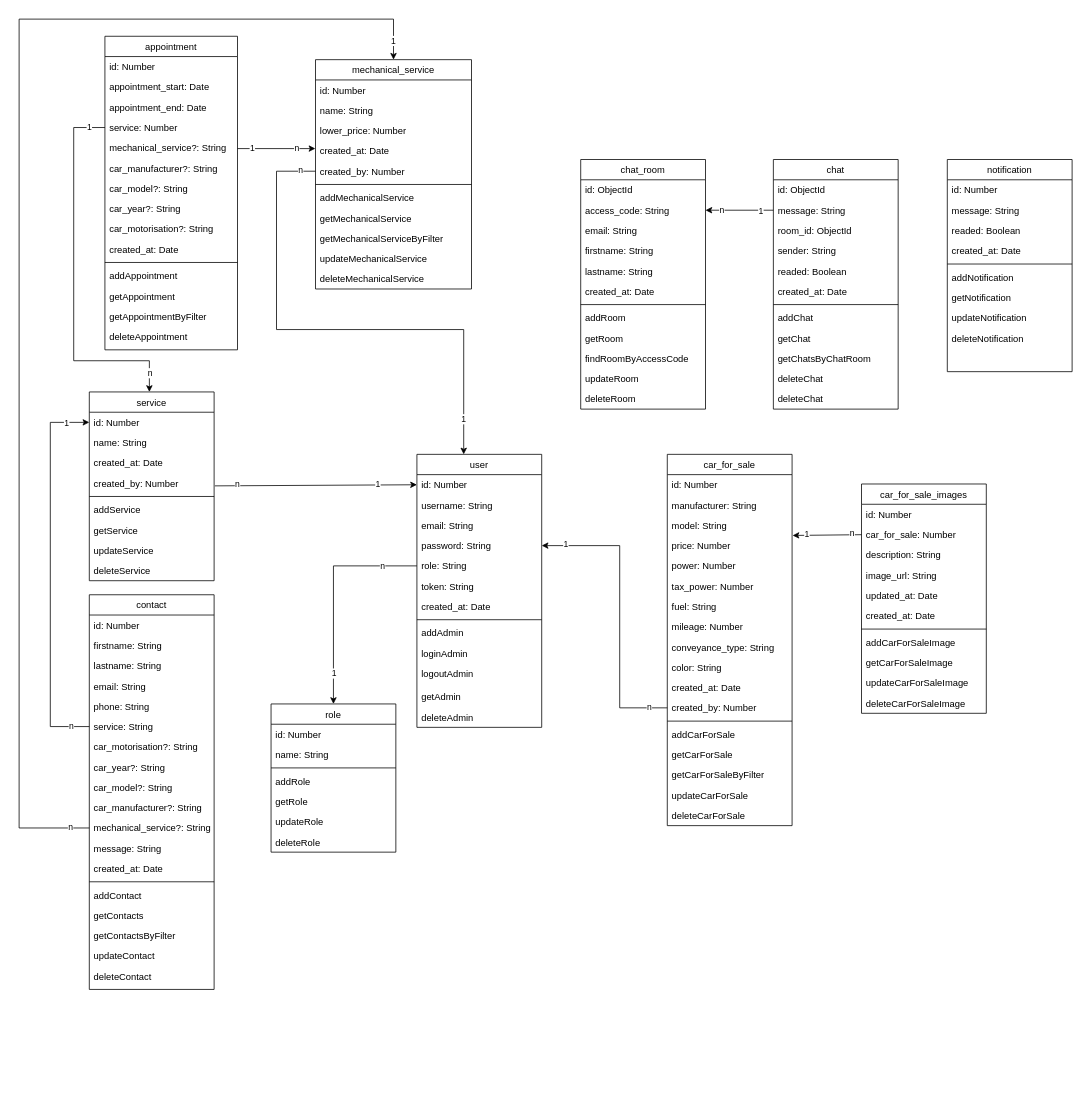
This is documentation/hephaistos-MCD.drawio from nsevendev/hephaistos, a draw.io file, before an edit. Source tidied: cells renumbered, new cells numbered last; positions are measured from the earlier drawing's top-left corner, leaving out a move shared by most shapes. Both pictures are drawn from the tidied source at 78%, with x=0, y=0 at pixel (19, 19).
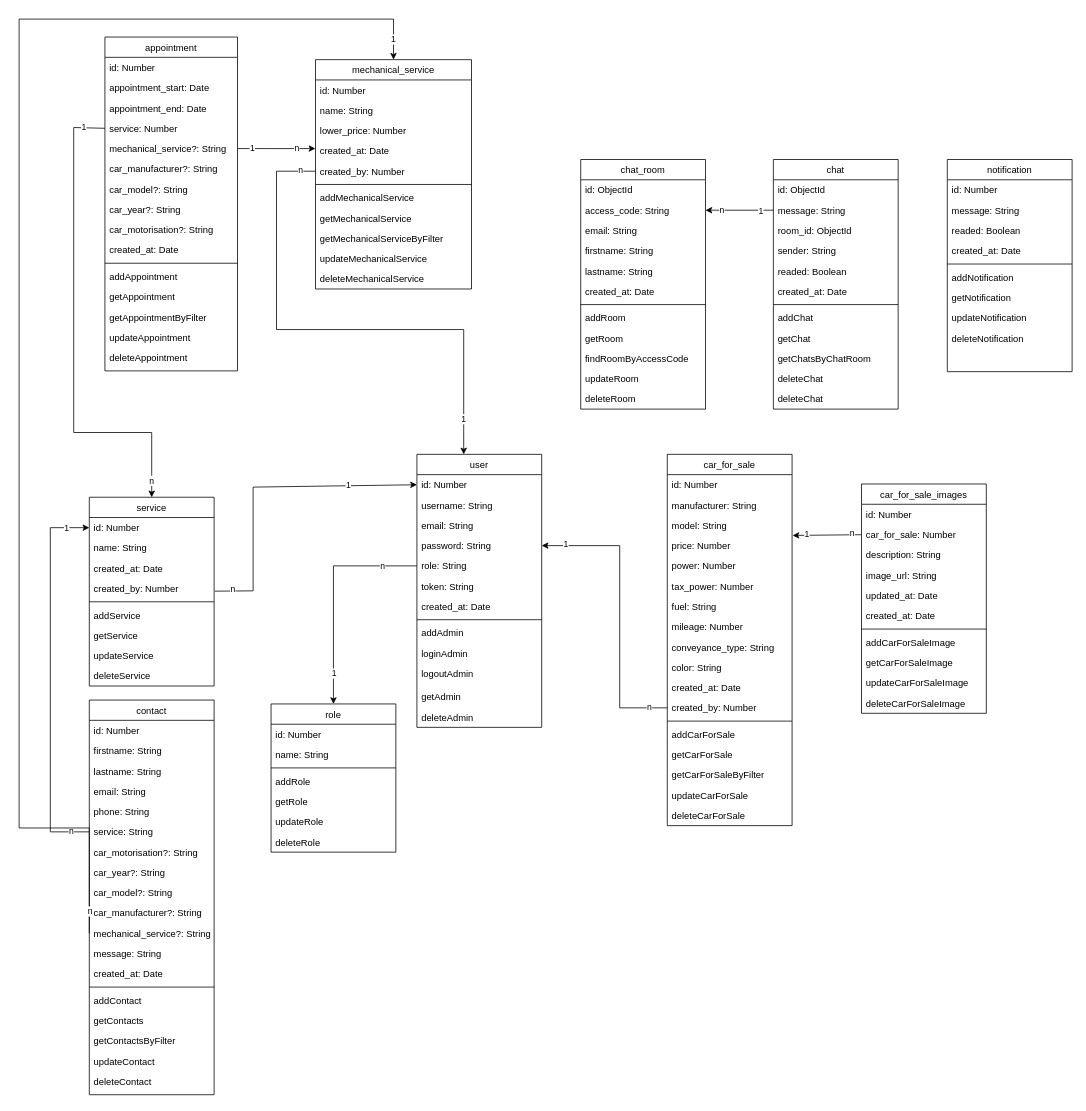
After the change.

Commit message:
mise a jour appointment

The change refers to these unchanged cells:
```xml
<mxCell id="63" value="id: Number" style="text;align=left;verticalAlign=top;spacingLeft=4;spacingRight=4;overflow=hidden;points=[[0,0.5],[1,0.5]];portConstraint=eastwest;rounded=0;shadow=0;html=0;" parent="62" vertex="1">
  <mxGeometry y="26" width="160" height="26" as="geometry" />
</mxCell>
<mxCell id="82" value="service: String" style="text;align=left;verticalAlign=top;spacingLeft=4;spacingRight=4;overflow=hidden;points=[[0,0.5],[1,0.5]];portConstraint=eastwest;" parent="76" vertex="1">
  <mxGeometry y="156" width="160" height="26" as="geometry" />
</mxCell>
<mxCell id="124" value="service: Number" style="text;align=left;verticalAlign=top;spacingLeft=4;spacingRight=4;overflow=hidden;points=[[0,0.5],[1,0.5]];portConstraint=eastwest;" parent="120" vertex="1">
  <mxGeometry y="104" width="170" height="26" as="geometry" />
</mxCell>
<mxCell id="152" value="id: Number" style="text;align=left;verticalAlign=top;spacingLeft=4;spacingRight=4;overflow=hidden;points=[[0,0.5],[1,0.5]];portConstraint=eastwest;rounded=0;shadow=0;html=0;" parent="151" vertex="1">
  <mxGeometry y="26" width="160" height="26" as="geometry" />
</mxCell>
<mxCell id="155" value="created_by: Number" style="text;align=left;verticalAlign=top;spacingLeft=4;spacingRight=4;overflow=hidden;points=[[0,0.5],[1,0.5]];portConstraint=eastwest;" parent="151" vertex="1">
  <mxGeometry y="104" width="160" height="26" as="geometry" />
</mxCell>
```

Change to the diagram source:
```diff
@@
     <mxCell id="76" value="contact" style="swimlane;fontStyle=0;align=center;verticalAlign=top;horizontal=1;startSize=26;rounded=0;shadow=0;strokeWidth=1;" parent="1" vertex="1">
-      <mxGeometry x="90" y="738" width="160" height="506" as="geometry" />
+      <mxGeometry x="90" y="873" width="160" height="506" as="geometry" />
     </mxCell>
@@
     <mxCell id="120" value="appointment" style="swimlane;fontStyle=0;align=center;verticalAlign=top;horizontal=1;startSize=26;rounded=0;shadow=0;strokeWidth=1;" parent="1" vertex="1">
-      <mxGeometry x="110" y="22" width="170" height="402" as="geometry" />
+      <mxGeometry x="110" y="23" width="170" height="428" as="geometry" />
     </mxCell>
@@
+    <mxCell id="179" value="updateAppointment" style="text;align=left;verticalAlign=top;spacingLeft=4;spacingRight=4;overflow=hidden;" parent="120" vertex="1">
+      <mxGeometry y="372" width="170" height="26" as="geometry" />
+    </mxCell>
     <mxCell id="135" value="deleteAppointment" style="text;align=left;verticalAlign=top;spacingLeft=4;spacingRight=4;overflow=hidden;" parent="120" vertex="1">
-      <mxGeometry y="372" width="170" height="30" as="geometry" />
+      <mxGeometry y="398" width="170" height="30" as="geometry" />
     </mxCell>
@@
     <mxCell id="151" value="service" style="swimlane;fontStyle=0;align=center;verticalAlign=top;horizontal=1;startSize=26;rounded=0;shadow=0;strokeWidth=1;" parent="1" vertex="1">
-      <mxGeometry x="90" y="478" width="160" height="242" as="geometry" />
+      <mxGeometry x="90" y="613" width="160" height="242" as="geometry" />
     </mxCell>
@@
     <mxCell id="161" style="endArrow=classic;html=1;rounded=0;exitX=1.006;exitY=0.631;exitDx=0;exitDy=0;entryX=0;entryY=0.5;entryDx=0;entryDy=0;exitPerimeter=0;" parent="1" edge="1" source="155" target="63">
-      <mxGeometry relative="1" as="geometry" />
+      <mxGeometry relative="1" as="geometry">
+        <Array as="points">
+          <mxPoint x="300" y="733" />
+          <mxPoint x="300" y="600" />
+        </Array>
+      </mxGeometry>
     </mxCell>
     <mxCell id="162" value="n" style="edgeLabel;html=1;align=center;verticalAlign=middle;" parent="161" vertex="1">
       <mxGeometry relative="1" as="geometry">
-        <mxPoint x="-101" y="-1" as="offset" />
+        <mxPoint x="-40" y="131" as="offset" />
       </mxGeometry>
     </mxCell>
@@
     <mxCell id="164" style="endArrow=classic;html=1;rounded=0;exitX=0;exitY=0.5;exitDx=0;exitDy=0;entryX=0;entryY=0.5;entryDx=0;entryDy=0;" parent="1" edge="1" source="82" target="152">
       <mxGeometry relative="1" as="geometry">
         <Array as="points">
-          <mxPoint x="40" y="907" />
-          <mxPoint x="40" y="517" />
+          <mxPoint x="40" y="1042" />
+          <mxPoint x="40" y="652" />
         </Array>
       </mxGeometry>
     </mxCell>
@@
-    <mxCell id="173" style="endArrow=classic;html=1;rounded=0;exitX=0;exitY=0.5;exitDx=0;exitDy=0;" parent="1" edge="1" source="124">
+    <mxCell id="173" style="endArrow=classic;html=1;rounded=0;exitX=0;exitY=0.5;exitDx=0;exitDy=0;entryX=0.5;entryY=0;entryDx=0;entryDy=0;" parent="1" edge="1" source="124" target="151">
       <mxGeometry relative="1" as="geometry">
-        <mxPoint x="167" y="478" as="targetPoint" />
         <Array as="points">
           <mxPoint x="70" y="139" />
-          <mxPoint x="70" y="438" />
-          <mxPoint x="167" y="438" />
+          <mxPoint x="70" y="530" />
+          <mxPoint x="170" y="530" />
         </Array>
       </mxGeometry>
     </mxCell>
+    <mxCell id="175" value="1" style="edgeLabel;html=1;align=center;verticalAlign=middle;" parent="173" vertex="1">
+      <mxGeometry x="-0.91" relative="1" as="geometry">
+        <mxPoint y="-1" as="offset" />
+      </mxGeometry>
+    </mxCell>
     <mxCell id="174" value="n" style="edgeLabel;html=1;align=center;verticalAlign=middle;" parent="173" vertex="1">
-      <mxGeometry relative="1" as="geometry">
-        <mxPoint x="97" y="116" as="offset" />
-      </mxGeometry>
+      <mxGeometry x="0.93" y="-1" relative="1" as="geometry" />
     </mxCell>
-    <mxCell id="175" value="1" style="edgeLabel;html=1;align=center;verticalAlign=middle;" parent="173" vertex="1">
-      <mxGeometry x="-0.91" relative="1" as="geometry">
-        <mxPoint y="-1" as="offset" />
-      </mxGeometry>
-    </mxCell>
```
